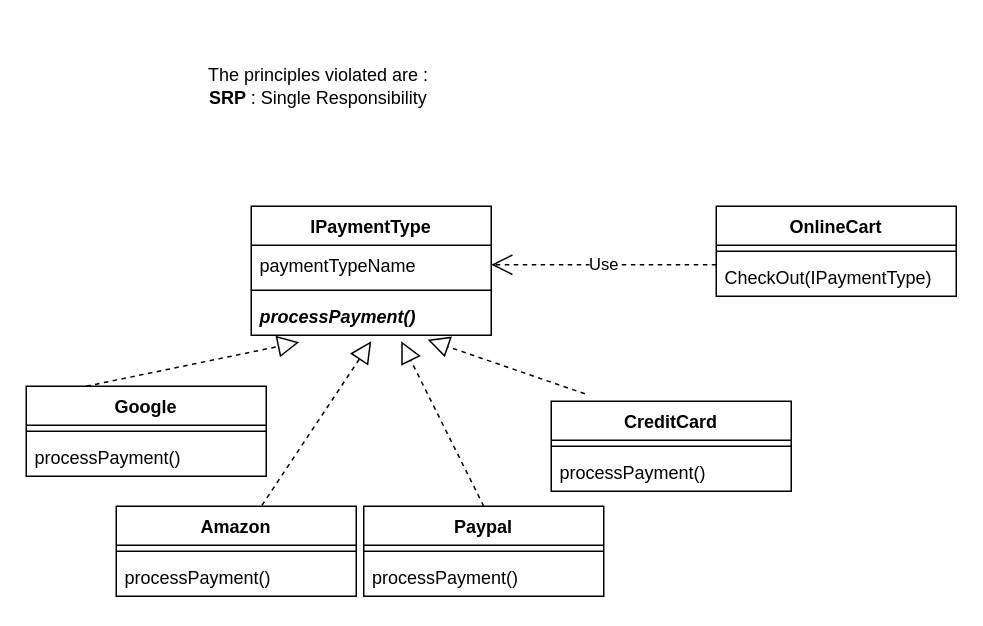
The draw.io diagram OnlineCart.drawio in LydsLido/philips-july-dp-2022, before the edit. Source tidied: cells renumbered, new cells numbered last; positions are measured from the earlier drawing's top-left corner, leaving out a move shared by most shapes. Both pictures are drawn from the tidied source at 150%, with x=0, y=0 at pixel (26, 26).
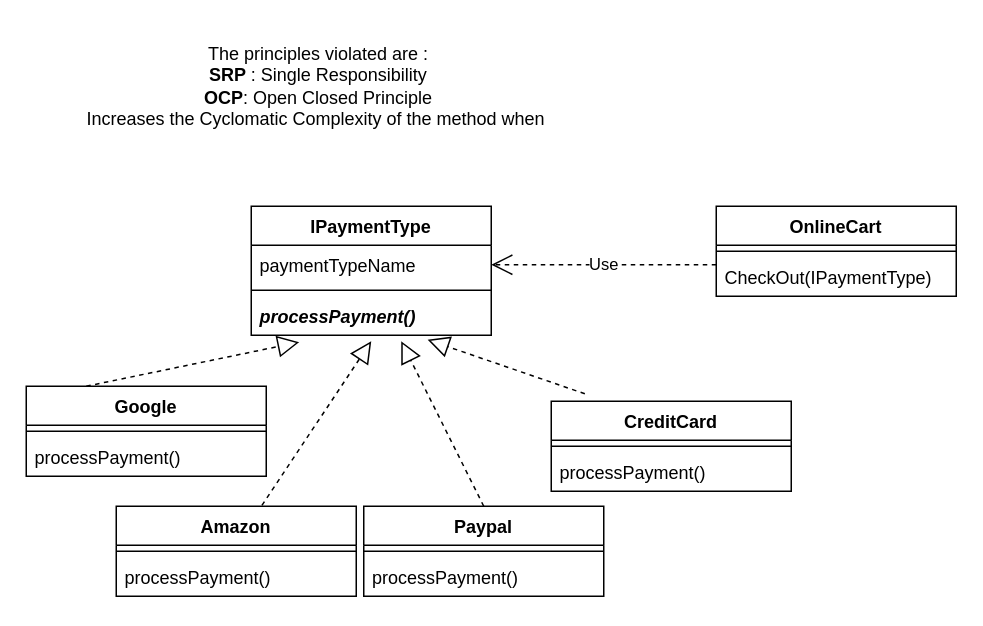
Above is the later version.

What changed in the source:
```diff
@@
-    <mxCell id="2" value="The principles violated are :&lt;br&gt;&lt;b&gt;SRP &lt;/b&gt;: Single Responsibility&lt;br&gt;" style="text;html=1;strokeColor=none;fillColor=none;align=center;verticalAlign=middle;whiteSpace=wrap;rounded=0;" parent="1" vertex="1">
+    <mxCell id="2" value="The principles violated are :&lt;br&gt;&lt;b&gt;SRP &lt;/b&gt;: Single Responsibility&lt;br&gt;&lt;b&gt;OCP&lt;/b&gt;: Open Closed Principle&lt;br&gt;Increases the Cyclomatic Complexity of the method when&amp;nbsp;" style="text;html=1;strokeColor=none;fillColor=none;align=center;verticalAlign=middle;whiteSpace=wrap;rounded=0;" parent="1" vertex="1">
       <mxGeometry width="390" height="80" as="geometry" />
     </mxCell>
```
